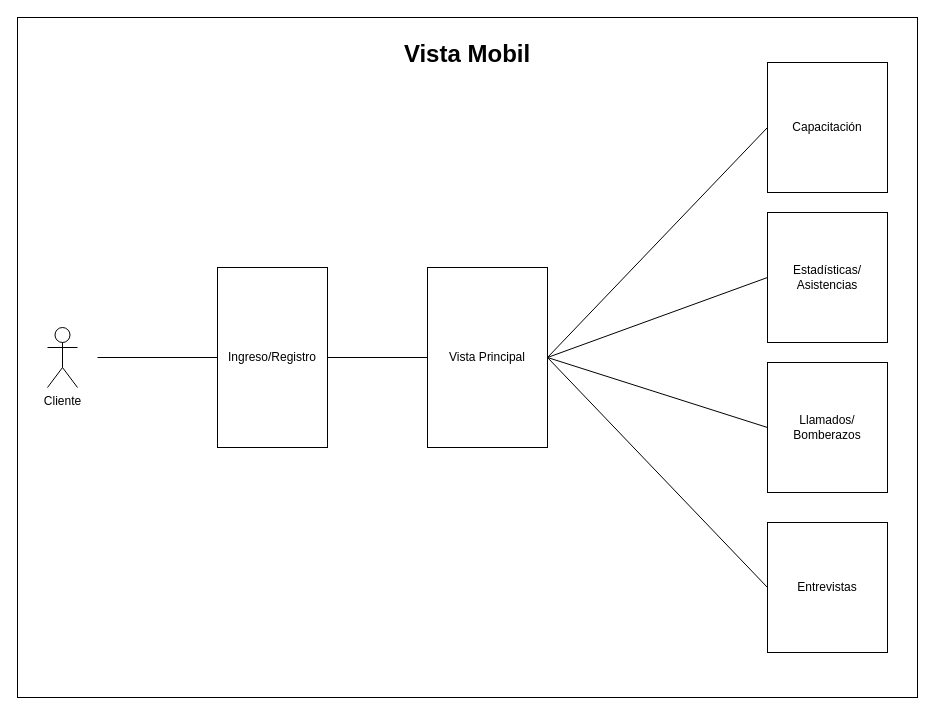
Before: Mobil.drawio in VictorCueto9/ProyectoEncuentas, a draw.io diagram. Source tidied: cells renumbered, new cells numbered last; positions are measured from the earlier drawing's top-left corner, leaving out a move shared by most shapes. Both pictures are drawn from the tidied source at 100%, with x=0, y=0 at pixel (17, 17).
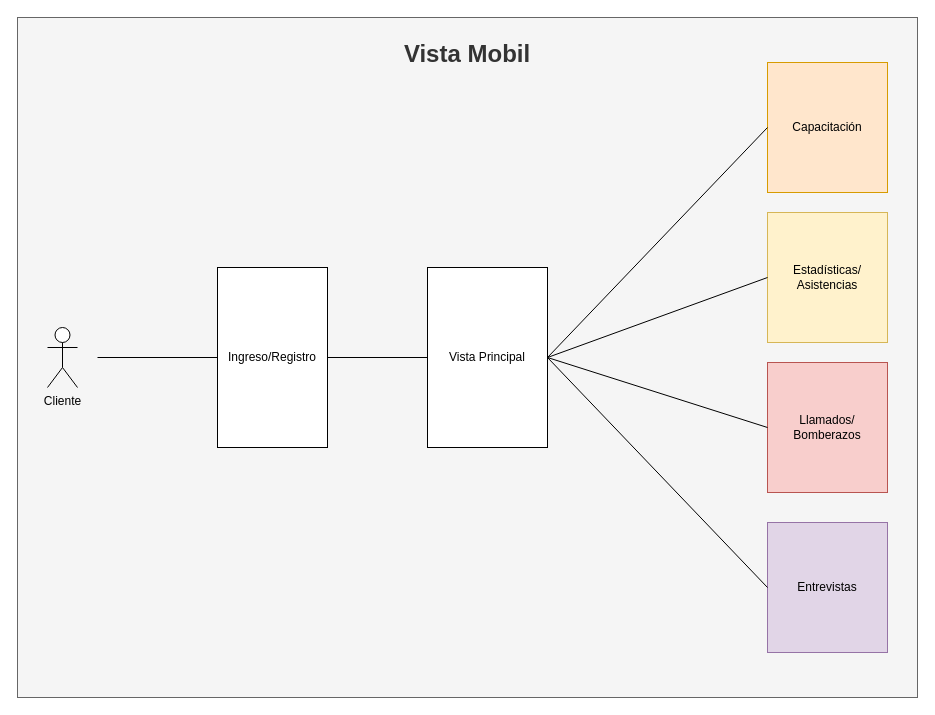
The same diagram, later.

Diff of the diagram source:
```diff
@@
 <mxGraphModel>
   <root>
     <mxCell id="0" />
     <mxCell id="1" parent="0" />
-    <mxCell id="2" value="&lt;h1&gt;Vista Mobil&lt;/h1&gt;" style="rounded=0;whiteSpace=wrap;html=1;verticalAlign=top;" parent="1" vertex="1">
+    <mxCell id="2" value="&lt;h1&gt;Vista Mobil&lt;/h1&gt;" style="rounded=0;whiteSpace=wrap;html=1;verticalAlign=top;fillColor=#f5f5f5;fontColor=#333333;strokeColor=#666666;" parent="1" vertex="1">
       <mxGeometry width="900" height="680" as="geometry" />
     </mxCell>
     <mxCell id="3" value="Cliente" style="shape=umlActor;verticalLabelPosition=bottom;verticalAlign=top;html=1;" parent="1" vertex="1">
       <mxGeometry x="30" y="310" width="30" height="60" as="geometry" />
     </mxCell>
     <mxCell id="4" value="Ingreso/Registro" style="rounded=0;whiteSpace=wrap;html=1;" parent="1" vertex="1">
       <mxGeometry x="200" y="250" width="110" height="180" as="geometry" />
     </mxCell>
     <mxCell id="5" value="Vista Principal" style="rounded=0;whiteSpace=wrap;html=1;" parent="1" vertex="1">
       <mxGeometry x="410" y="250" width="120" height="180" as="geometry" />
     </mxCell>
-    <mxCell id="6" value="Capacitación" style="rounded=0;whiteSpace=wrap;html=1;" parent="1" vertex="1">
+    <mxCell id="6" value="Capacitación" style="rounded=0;whiteSpace=wrap;html=1;fillColor=#ffe6cc;strokeColor=#d79b00;" parent="1" vertex="1">
       <mxGeometry x="750" y="45" width="120" height="130" as="geometry" />
     </mxCell>
-    <mxCell id="7" value="Estadísticas/&lt;div&gt;Asistencias&lt;/div&gt;" style="rounded=0;whiteSpace=wrap;html=1;" parent="1" vertex="1">
+    <mxCell id="7" value="Estadísticas/&lt;div&gt;Asistencias&lt;/div&gt;" style="rounded=0;whiteSpace=wrap;html=1;fillColor=#fff2cc;strokeColor=#d6b656;" parent="1" vertex="1">
       <mxGeometry x="750" y="195" width="120" height="130" as="geometry" />
     </mxCell>
-    <mxCell id="8" value="Llamados/&lt;div&gt;Bomberazos&lt;/div&gt;" style="rounded=0;whiteSpace=wrap;html=1;" parent="1" vertex="1">
+    <mxCell id="8" value="Llamados/&lt;div&gt;Bomberazos&lt;/div&gt;" style="rounded=0;whiteSpace=wrap;html=1;fillColor=#f8cecc;strokeColor=#b85450;" parent="1" vertex="1">
       <mxGeometry x="750" y="345" width="120" height="130" as="geometry" />
     </mxCell>
-    <mxCell id="9" value="Entrevistas" style="rounded=0;whiteSpace=wrap;html=1;" parent="1" vertex="1">
+    <mxCell id="9" value="Entrevistas" style="rounded=0;whiteSpace=wrap;html=1;fillColor=#e1d5e7;strokeColor=#9673a6;" parent="1" vertex="1">
       <mxGeometry x="750" y="505" width="120" height="130" as="geometry" />
     </mxCell>
     <mxCell id="10" style="endArrow=none;html=1;rounded=0;entryX=0;entryY=0.5;entryDx=0;entryDy=0;" parent="1" edge="1" target="4">
       <mxGeometry relative="1" as="geometry">
         <mxPoint x="80" y="340" as="sourcePoint" />
       </mxGeometry>
     </mxCell>
     <mxCell id="11" style="endArrow=none;html=1;rounded=0;exitX=1;exitY=0.5;exitDx=0;exitDy=0;entryX=0;entryY=0.5;entryDx=0;entryDy=0;" parent="1" edge="1" source="4" target="5">
       <mxGeometry relative="1" as="geometry" />
     </mxCell>
     <mxCell id="12" style="endArrow=none;html=1;rounded=0;exitX=1;exitY=0.5;exitDx=0;exitDy=0;entryX=0;entryY=0.5;entryDx=0;entryDy=0;" parent="1" edge="1" source="5" target="6">
       <mxGeometry relative="1" as="geometry" />
     </mxCell>
     <mxCell id="13" style="endArrow=none;html=1;rounded=0;entryX=0;entryY=0.5;entryDx=0;entryDy=0;exitX=1;exitY=0.5;exitDx=0;exitDy=0;" parent="1" edge="1" source="5" target="7">
       <mxGeometry relative="1" as="geometry" />
     </mxCell>
     <mxCell id="14" style="endArrow=none;html=1;rounded=0;entryX=1;entryY=0.5;entryDx=0;entryDy=0;exitX=0;exitY=0.5;exitDx=0;exitDy=0;" parent="1" edge="1" source="8" target="5">
       <mxGeometry relative="1" as="geometry" />
     </mxCell>
     <mxCell id="15" style="endArrow=none;html=1;rounded=0;entryX=1;entryY=0.5;entryDx=0;entryDy=0;exitX=0;exitY=0.5;exitDx=0;exitDy=0;" parent="1" edge="1" source="9" target="5">
       <mxGeometry relative="1" as="geometry" />
     </mxCell>
   </root>
 </mxGraphModel>
```
